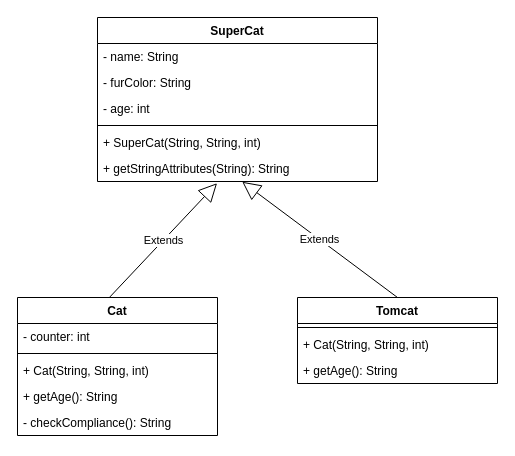
Earlier version of the draw.io diagram page "Cat/Tomcat/SuperCat" (4 of 4) of klassendiagramm.drawio (01-PP-NAD-CC/03_Inheritance_Vererbung). Source tidied: cells renumbered, new cells numbered last; positions are measured from the earlier drawing's top-left corner, leaving out a move shared by most shapes. Both pictures are drawn from the tidied source at 100%, with x=0, y=0 at pixel (17, 17).
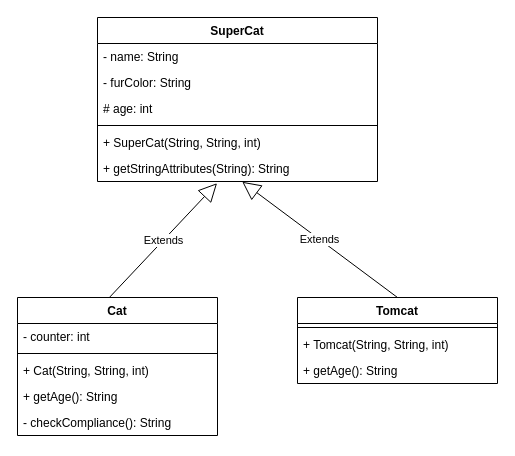
Above is the later version.

Unchanged cells that the change refers to:
```xml
<mxCell id="8" value="Tomcat" style="swimlane;fontStyle=1;align=center;verticalAlign=top;horizontal=1;startSize=26;" parent="1" vertex="1">
  <mxGeometry x="280" y="280" width="200" height="86" as="geometry" />
</mxCell>
<mxCell id="12" value="SuperCat" style="swimlane;fontStyle=1;align=center;verticalAlign=top;horizontal=1;startSize=26;" parent="1" vertex="1">
  <mxGeometry x="80" width="280" height="164" as="geometry" />
</mxCell>
```

The edit, as a diff of the source:
```diff
@@
-    <mxCell id="10" value="+ Cat(String, String, int)" style="text;strokeColor=none;fillColor=none;align=left;verticalAlign=top;spacingLeft=4;spacingRight=4;overflow=hidden;" parent="8" vertex="1">
+    <mxCell id="10" value="+ Tomcat(String, String, int)" style="text;strokeColor=none;fillColor=none;align=left;verticalAlign=top;spacingLeft=4;spacingRight=4;overflow=hidden;" parent="8" vertex="1">
       <mxGeometry y="34" width="200" height="26" as="geometry" />
     </mxCell>
@@
-    <mxCell id="15" value="- age: int" style="text;strokeColor=none;fillColor=none;align=left;verticalAlign=top;spacingLeft=4;spacingRight=4;overflow=hidden;" parent="12" vertex="1">
+    <mxCell id="15" value="# age: int" style="text;strokeColor=none;fillColor=none;align=left;verticalAlign=top;spacingLeft=4;spacingRight=4;overflow=hidden;" parent="12" vertex="1">
       <mxGeometry y="78" width="280" height="26" as="geometry" />
     </mxCell>
```
